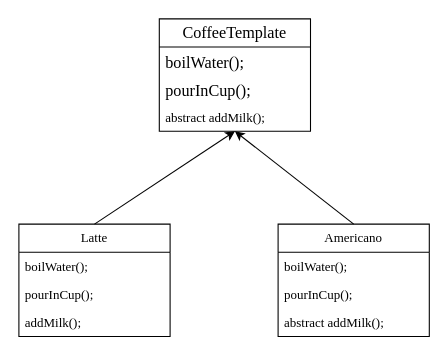
The draw.io diagram DrawIO_file/流程图/模版方法模式.drawio in DingDongZz/typera_PicGO, before the edit. Source tidied: cells renumbered, new cells numbered last; positions are measured from the earlier drawing's top-left corner, leaving out a move shared by most shapes. Both pictures are drawn from the tidied source at 108%, with x=0, y=0 at pixel (18, 18).
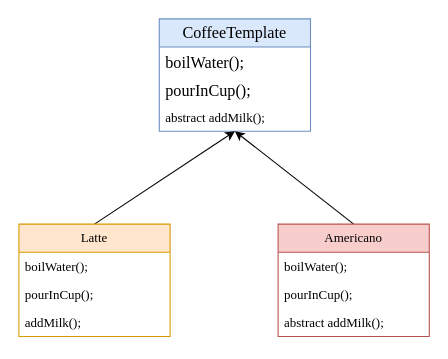
The same page after the edit.

Commit message (it also covers changes not shown here):
更新模版方法模式.drawio

What changed in the source:
```diff
@@
 <mxGraphModel>
   <root>
     <mxCell id="0" />
     <mxCell id="1" parent="0" />
-    <mxCell id="2" value="&lt;p style=&quot;margin: 0px; font-variant-numeric: normal; font-variant-east-asian: normal; font-variant-alternates: normal; font-size-adjust: none; font-kerning: auto; font-optical-sizing: auto; font-feature-settings: normal; font-variation-settings: normal; font-variant-position: normal; font-variant-emoji: normal; font-stretch: normal; font-size: 15px; line-height: normal; text-align: start;&quot; class=&quot;p1&quot;&gt;CoffeeTemplate&lt;/p&gt;" style="swimlane;fontStyle=0;horizontal=1;startSize=26;fillColor=none;whiteSpace=wrap;html=1;fontColor=default;fontFamily=Times New Roman;" parent="1" vertex="1">
+    <mxCell id="2" value="&lt;p style=&quot;margin: 0px; font-variant-numeric: normal; font-variant-east-asian: normal; font-variant-alternates: normal; font-size-adjust: none; font-kerning: auto; font-optical-sizing: auto; font-feature-settings: normal; font-variation-settings: normal; font-variant-position: normal; font-variant-emoji: normal; font-stretch: normal; font-size: 15px; line-height: normal; text-align: start;&quot; class=&quot;p1&quot;&gt;CoffeeTemplate&lt;/p&gt;" style="swimlane;fontStyle=0;horizontal=1;startSize=26;fillColor=#dae8fc;whiteSpace=wrap;html=1;fontFamily=Times New Roman;strokeColor=#6c8ebf;" parent="1" vertex="1">
       <mxGeometry x="130" width="140" height="104" as="geometry" />
     </mxCell>
     <mxCell id="3" value="&lt;p style=&quot;margin: 0px; font-variant-numeric: normal; font-variant-east-asian: normal; font-variant-alternates: normal; font-size-adjust: none; font-kerning: auto; font-optical-sizing: auto; font-feature-settings: normal; font-variation-settings: normal; font-variant-position: normal; font-variant-emoji: normal; font-stretch: normal; font-size: 15px; line-height: normal;&quot; class=&quot;p1&quot;&gt;boilWater();&lt;/p&gt;" style="text;strokeColor=none;fillColor=none;align=left;verticalAlign=top;spacingLeft=4;spacingRight=4;overflow=hidden;whiteSpace=wrap;html=1;fontColor=default;fontFamily=Times New Roman;" parent="2" vertex="1">
       <mxGeometry y="26" width="140" height="26" as="geometry" />
     </mxCell>
     <mxCell id="4" value="&lt;p style=&quot;margin: 0px; font-variant-numeric: normal; font-variant-east-asian: normal; font-variant-alternates: normal; font-size-adjust: none; font-kerning: auto; font-optical-sizing: auto; font-feature-settings: normal; font-variation-settings: normal; font-variant-position: normal; font-variant-emoji: normal; font-stretch: normal; font-size: 15px; line-height: normal;&quot; class=&quot;p1&quot;&gt;pourInCup();&lt;/p&gt;" style="text;strokeColor=none;fillColor=none;align=left;verticalAlign=top;spacingLeft=4;spacingRight=4;overflow=hidden;whiteSpace=wrap;html=1;fontColor=default;fontFamily=Times New Roman;" parent="2" vertex="1">
       <mxGeometry y="52" width="140" height="26" as="geometry" />
     </mxCell>
     <mxCell id="5" value="abstract addMilk();" style="text;strokeColor=none;fillColor=none;align=left;verticalAlign=top;spacingLeft=4;spacingRight=4;overflow=hidden;whiteSpace=wrap;html=1;fontColor=default;fontFamily=Times New Roman;" parent="2" vertex="1">
       <mxGeometry y="78" width="140" height="26" as="geometry" />
     </mxCell>
     <mxCell id="6" style="rounded=0;jettySize=auto;html=1;entryX=0.5;entryY=1;entryDx=0;entryDy=0;exitX=0.5;exitY=0;exitDx=0;exitDy=0;fontColor=default;fontFamily=Times New Roman;" parent="1" edge="1" source="7" target="2">
       <mxGeometry relative="1" as="geometry" />
     </mxCell>
-    <mxCell id="7" value="Latte" style="swimlane;fontStyle=0;horizontal=1;startSize=26;fillColor=none;whiteSpace=wrap;html=1;fontColor=default;fontFamily=Times New Roman;" parent="1" vertex="1">
+    <mxCell id="7" value="Latte" style="swimlane;fontStyle=0;horizontal=1;startSize=26;fillColor=#ffe6cc;whiteSpace=wrap;html=1;fontFamily=Times New Roman;strokeColor=#d79b00;" parent="1" vertex="1">
       <mxGeometry y="190" width="140" height="104" as="geometry" />
     </mxCell>
     <mxCell id="8" value="boilWater();" style="text;strokeColor=none;fillColor=none;align=left;verticalAlign=top;spacingLeft=4;spacingRight=4;overflow=hidden;whiteSpace=wrap;html=1;fontColor=default;fontFamily=Times New Roman;" parent="7" vertex="1">
       <mxGeometry y="26" width="140" height="26" as="geometry" />
     </mxCell>
     <mxCell id="9" value="pourInCup();" style="text;strokeColor=none;fillColor=none;align=left;verticalAlign=top;spacingLeft=4;spacingRight=4;overflow=hidden;whiteSpace=wrap;html=1;fontColor=default;fontFamily=Times New Roman;" parent="7" vertex="1">
       <mxGeometry y="52" width="140" height="26" as="geometry" />
     </mxCell>
     <mxCell id="10" value="addMilk();" style="text;strokeColor=none;fillColor=none;align=left;verticalAlign=top;spacingLeft=4;spacingRight=4;overflow=hidden;whiteSpace=wrap;html=1;fontColor=default;fontFamily=Times New Roman;" parent="7" vertex="1">
       <mxGeometry y="78" width="140" height="26" as="geometry" />
     </mxCell>
     <mxCell id="11" style="rounded=0;jettySize=auto;html=1;entryX=0.5;entryY=1;entryDx=0;entryDy=0;exitX=0.5;exitY=0;exitDx=0;exitDy=0;fontColor=default;fontFamily=Times New Roman;" parent="1" edge="1" source="12" target="2">
       <mxGeometry relative="1" as="geometry" />
     </mxCell>
-    <mxCell id="12" value="Americano" style="swimlane;fontStyle=0;horizontal=1;startSize=26;fillColor=none;whiteSpace=wrap;html=1;fontColor=default;fontFamily=Times New Roman;" parent="1" vertex="1">
+    <mxCell id="12" value="Americano" style="swimlane;fontStyle=0;horizontal=1;startSize=26;fillColor=#f8cecc;whiteSpace=wrap;html=1;fontFamily=Times New Roman;strokeColor=#b85450;" parent="1" vertex="1">
       <mxGeometry x="240" y="190" width="140" height="104" as="geometry" />
     </mxCell>
     <mxCell id="13" value="boilWater();" style="text;strokeColor=none;fillColor=none;align=left;verticalAlign=top;spacingLeft=4;spacingRight=4;overflow=hidden;whiteSpace=wrap;html=1;fontColor=default;fontFamily=Times New Roman;" parent="12" vertex="1">
       <mxGeometry y="26" width="140" height="26" as="geometry" />
     </mxCell>
     <mxCell id="14" value="pourInCup();" style="text;strokeColor=none;fillColor=none;align=left;verticalAlign=top;spacingLeft=4;spacingRight=4;overflow=hidden;whiteSpace=wrap;html=1;fontColor=default;fontFamily=Times New Roman;" parent="12" vertex="1">
       <mxGeometry y="52" width="140" height="26" as="geometry" />
     </mxCell>
     <mxCell id="15" value="abstract addMilk();" style="text;strokeColor=none;fillColor=none;align=left;verticalAlign=top;spacingLeft=4;spacingRight=4;overflow=hidden;whiteSpace=wrap;html=1;fontColor=default;fontFamily=Times New Roman;" parent="12" vertex="1">
       <mxGeometry y="78" width="140" height="26" as="geometry" />
     </mxCell>
   </root>
 </mxGraphModel>
```
